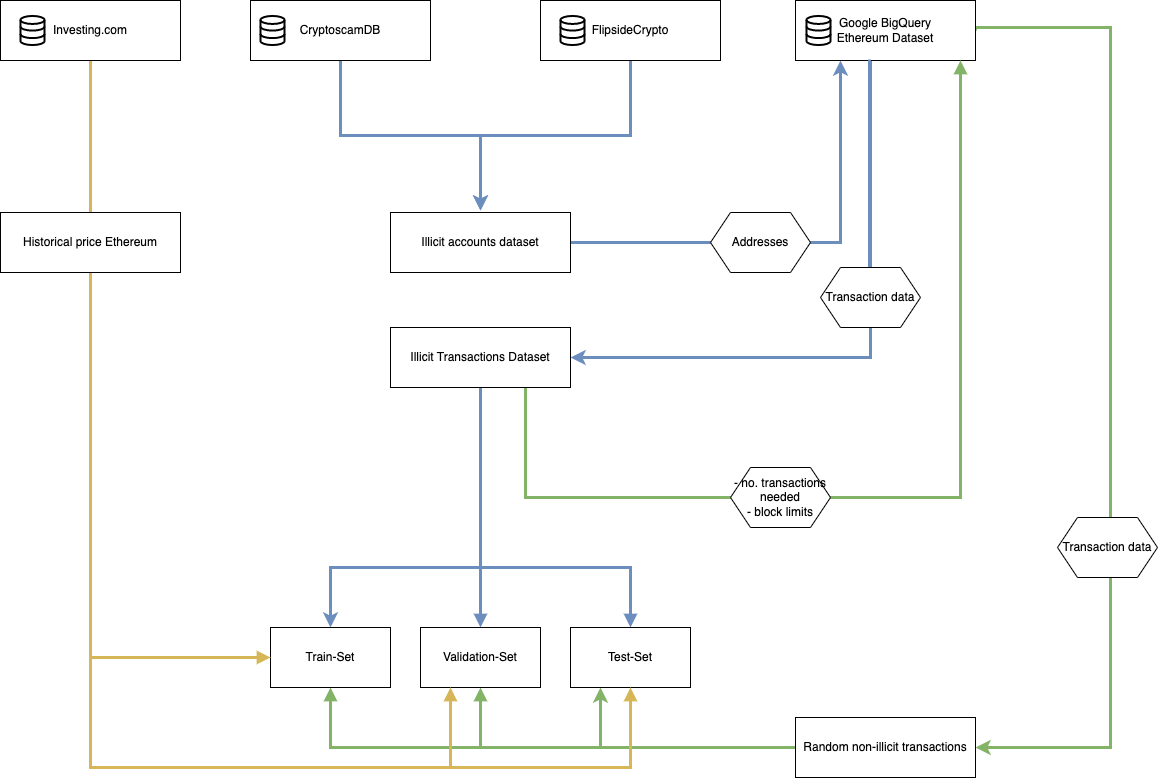
erreep/ethereumillicitdetection keeps this draw.io diagram as Untitled Diagram.drawio.png. Above is the earlier version. Source tidied: cells renumbered, new cells last; positions are measured from the earlier drawing's top-left corner, leaving out a move shared by most shapes.
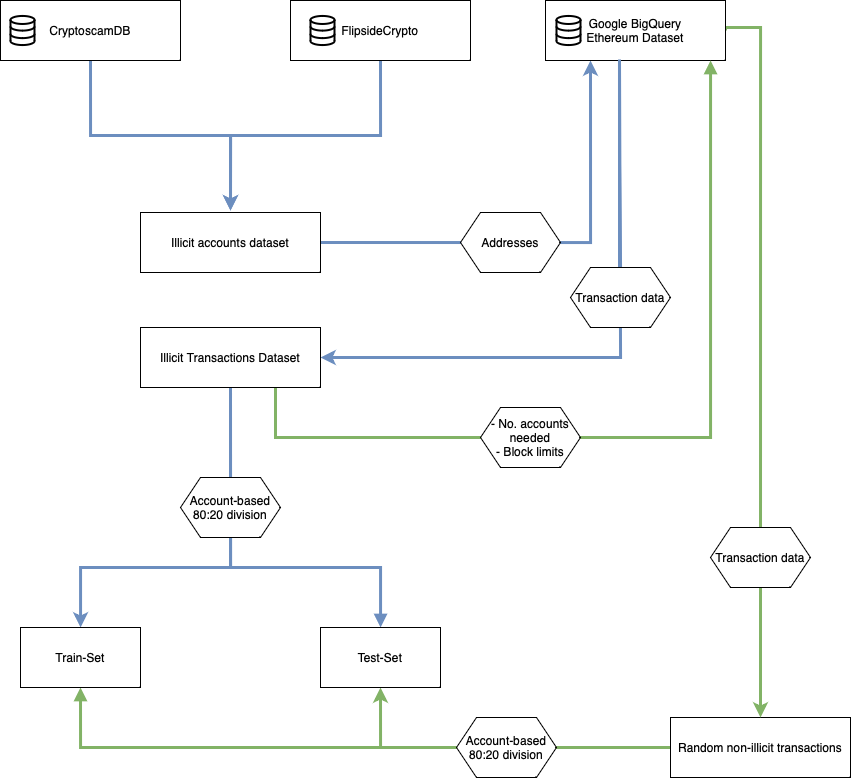
The same file after the commit.

What changed in the source:
```diff
@@ -41,17 +41,14 @@
     <mxCell id="9" value="Illicit accounts dataset" style="rounded=0;whiteSpace=wrap;html=1;" parent="1" vertex="1">
       <mxGeometry x="390" y="212" width="180" height="60" as="geometry" />
     </mxCell>
-    <mxCell id="10" style="edgeStyle=orthogonalEdgeStyle;rounded=0;jettySize=auto;html=1;strokeWidth=3;endArrow=block;endFill=1;fillColor=#d5e8d4;strokeColor=#82b366;" parent="1" edge="1" source="13" target="30">
-      <mxGeometry relative="1" as="geometry" />
-    </mxCell>
     <mxCell id="11" style="edgeStyle=orthogonalEdgeStyle;rounded=0;jettySize=auto;html=1;exitX=0;exitY=0.5;exitDx=0;exitDy=0;entryX=0.5;entryY=1;entryDx=0;entryDy=0;strokeWidth=3;endArrow=block;endFill=1;fillColor=#d5e8d4;strokeColor=#82b366;" parent="1" edge="1" source="13" target="28">
       <mxGeometry relative="1" as="geometry" />
     </mxCell>
-    <mxCell id="12" style="edgeStyle=orthogonalEdgeStyle;rounded=0;jettySize=auto;html=1;entryX=0.25;entryY=1;entryDx=0;entryDy=0;fillColor=#d5e8d4;strokeColor=#82b366;strokeWidth=3;" parent="1" edge="1" source="13" target="29">
+    <mxCell id="12" style="edgeStyle=orthogonalEdgeStyle;rounded=0;jettySize=auto;html=1;entryX=0.5;entryY=1;entryDx=0;entryDy=0;fillColor=#d5e8d4;strokeColor=#82b366;strokeWidth=3;" parent="1" edge="1" source="13" target="29">
       <mxGeometry relative="1" as="geometry" />
     </mxCell>
     <mxCell id="13" value="Random non-illicit transactions" style="rounded=0;whiteSpace=wrap;html=1;" parent="1" vertex="1">
-      <mxGeometry x="795" y="717" width="180" height="60" as="geometry" />
+      <mxGeometry x="920" y="717" width="180" height="60" as="geometry" />
     </mxCell>
     <mxCell id="14" style="html=1;verticalLabelPosition=bottom;align=center;labelBackgroundColor=#ffffff;verticalAlign=top;strokeWidth=2;strokeColor=#000000;shadow=0;dashed=0;shape=mxgraph.ios7.icons.data;" parent="1" vertex="1">
       <mxGeometry x="260" y="15.4" width="24" height="29.1" as="geometry" />
@@ -68,12 +65,11 @@
         </Array>
       </mxGeometry>
     </mxCell>
-    <mxCell id="17" style="edgeStyle=orthogonalEdgeStyle;rounded=0;jettySize=auto;html=1;exitX=1;exitY=0.5;exitDx=0;exitDy=0;entryX=1;entryY=0.5;entryDx=0;entryDy=0;strokeWidth=3;fillColor=#d5e8d4;strokeColor=#82b366;" parent="1" edge="1" source="18" target="13">
+    <mxCell id="17" style="edgeStyle=orthogonalEdgeStyle;rounded=0;jettySize=auto;html=1;exitX=1;exitY=0.5;exitDx=0;exitDy=0;entryX=0.5;entryY=0;entryDx=0;entryDy=0;strokeWidth=3;fillColor=#d5e8d4;strokeColor=#82b366;" parent="1" edge="1" source="18" target="13">
       <mxGeometry x="-0.23" y="180" relative="1" as="geometry">
         <Array as="points">
           <mxPoint x="975" y="27" />
-          <mxPoint x="1110" y="27" />
-          <mxPoint x="1110" y="747" />
+          <mxPoint x="1010" y="27" />
         </Array>
       </mxGeometry>
     </mxCell>
@@ -86,14 +82,11 @@
     <mxCell id="20" style="edgeStyle=orthogonalEdgeStyle;rounded=0;jettySize=auto;html=1;exitX=0.75;exitY=1;exitDx=0;exitDy=0;strokeWidth=3;endArrow=block;endFill=1;fillColor=#d5e8d4;strokeColor=#82b366;" parent="1" edge="1" source="23" target="18">
       <mxGeometry relative="1" as="geometry">
         <Array as="points">
-          <mxPoint x="525" y="497" />
-          <mxPoint x="960" y="497" />
+          <mxPoint x="525" y="437" />
+          <mxPoint x="960" y="437" />
         </Array>
       </mxGeometry>
     </mxCell>
-    <mxCell id="21" style="edgeStyle=orthogonalEdgeStyle;rounded=0;jettySize=auto;html=1;exitX=0.5;exitY=1;exitDx=0;exitDy=0;strokeWidth=3;endArrow=block;endFill=1;fillColor=#dae8fc;strokeColor=#6c8ebf;" parent="1" edge="1" source="23" target="30">
-      <mxGeometry relative="1" as="geometry" />
-    </mxCell>
     <mxCell id="22" style="edgeStyle=orthogonalEdgeStyle;rounded=0;jettySize=auto;html=1;exitX=0.5;exitY=1;exitDx=0;exitDy=0;strokeWidth=3;endArrow=block;endFill=1;fillColor=#dae8fc;strokeColor=#6c8ebf;" parent="1" edge="1" source="23" target="29">
       <mxGeometry relative="1" as="geometry">
         <Array as="points">
@@ -105,14 +98,14 @@
     <mxCell id="23" value="Illicit Transactions Dataset" style="rounded=0;whiteSpace=wrap;html=1;strokeColor=#000000;" parent="1" vertex="1">
       <mxGeometry x="390" y="327" width="180" height="60" as="geometry" />
     </mxCell>
-    <mxCell id="24" value="- no. transactions needed&lt;br&gt;- block limits" style="shape=hexagon;perimeter=hexagonPerimeter2;whiteSpace=wrap;html=1;fixedSize=1;strokeColor=#000000;" parent="1" vertex="1">
-      <mxGeometry x="730" y="467" width="100" height="60" as="geometry" />
+    <mxCell id="24" value="- No. accounts needed&lt;br&gt;- Block limits" style="shape=hexagon;perimeter=hexagonPerimeter2;whiteSpace=wrap;html=1;fixedSize=1;strokeColor=#000000;" parent="1" vertex="1">
+      <mxGeometry x="730" y="407" width="100" height="60" as="geometry" />
     </mxCell>
     <mxCell id="25" value="Addresses" style="shape=hexagon;perimeter=hexagonPerimeter2;whiteSpace=wrap;html=1;fixedSize=1;strokeColor=#000000;" parent="1" vertex="1">
       <mxGeometry x="710" y="212" width="100" height="60" as="geometry" />
     </mxCell>
     <mxCell id="26" value="Transaction data" style="shape=hexagon;perimeter=hexagonPerimeter2;whiteSpace=wrap;html=1;fixedSize=1;strokeColor=#000000;" parent="1" vertex="1">
-      <mxGeometry x="1057" y="517" width="100" height="60" as="geometry" />
+      <mxGeometry x="960" y="527" width="100" height="60" as="geometry" />
     </mxCell>
     <mxCell id="27" style="group;" parent="1" vertex="1">
       <mxGeometry x="270" y="627" width="420" height="60" as="geometry" />
@@ -123,42 +116,17 @@
     <mxCell id="29" value="Test-Set" style="rounded=0;whiteSpace=wrap;html=1;" parent="27" vertex="1">
       <mxGeometry x="300" width="120" height="60" as="geometry" />
     </mxCell>
-    <mxCell id="30" value="Validation-Set" style="rounded=0;whiteSpace=wrap;html=1;" parent="27" vertex="1">
-      <mxGeometry x="150" width="120" height="60" as="geometry" />
-    </mxCell>
     <mxCell id="31" style="edgeStyle=orthogonalEdgeStyle;rounded=0;jettySize=auto;html=1;fillColor=#dae8fc;strokeColor=#6c8ebf;strokeWidth=3;exitX=0.411;exitY=0.983;exitDx=0;exitDy=0;exitPerimeter=0;endArrow=none;" parent="1" edge="1" source="18" target="32">
       <mxGeometry relative="1" as="geometry" />
     </mxCell>
     <mxCell id="32" value="Transaction data" style="shape=hexagon;perimeter=hexagonPerimeter2;whiteSpace=wrap;html=1;fixedSize=1;strokeColor=#000000;" parent="1" vertex="1">
       <mxGeometry x="820" y="267" width="100" height="60" as="geometry" />
     </mxCell>
-    <mxCell id="33" style="edgeStyle=orthogonalEdgeStyle;rounded=0;jettySize=auto;html=1;exitX=0.5;exitY=1;exitDx=0;exitDy=0;entryX=0;entryY=0.5;entryDx=0;entryDy=0;strokeWidth=3;endArrow=block;endFill=1;fillColor=#fff2cc;strokeColor=#d6b656;" parent="1" edge="1" source="36" target="28">
-      <mxGeometry relative="1" as="geometry" />
-    </mxCell>
-    <mxCell id="34" style="edgeStyle=orthogonalEdgeStyle;rounded=0;jettySize=auto;html=1;exitX=0.5;exitY=1;exitDx=0;exitDy=0;entryX=0.25;entryY=1;entryDx=0;entryDy=0;strokeWidth=3;endArrow=block;endFill=1;fillColor=#fff2cc;strokeColor=#d6b656;" parent="1" edge="1" source="36" target="30">
-      <mxGeometry relative="1" as="geometry">
-        <Array as="points">
-          <mxPoint x="90" y="767" />
-          <mxPoint x="450" y="767" />
-        </Array>
-      </mxGeometry>
-    </mxCell>
-    <mxCell id="35" style="edgeStyle=orthogonalEdgeStyle;rounded=0;jettySize=auto;html=1;exitX=0.5;exitY=1;exitDx=0;exitDy=0;entryX=0.5;entryY=1;entryDx=0;entryDy=0;strokeWidth=3;endArrow=block;endFill=1;fillColor=#fff2cc;strokeColor=#d6b656;" parent="1" edge="1" source="36" target="29">
-      <mxGeometry relative="1" as="geometry">
-        <Array as="points">
-          <mxPoint x="90" y="767" />
-          <mxPoint x="630" y="767" />
-        </Array>
-      </mxGeometry>
-    </mxCell>
-    <mxCell id="36" value="Investing.com" style="rounded=0;whiteSpace=wrap;html=1;" parent="1" vertex="1">
-      <mxGeometry width="180" height="60" as="geometry" />
-    </mxCell>
-    <mxCell id="37" value="Historical price Ethereum" style="rounded=0;whiteSpace=wrap;html=1;" parent="1" vertex="1">
-      <mxGeometry y="212" width="180" height="60" as="geometry" />
-    </mxCell>
-    <mxCell id="38" style="html=1;verticalLabelPosition=bottom;align=center;labelBackgroundColor=#ffffff;verticalAlign=top;strokeWidth=2;strokeColor=#000000;shadow=0;dashed=0;shape=mxgraph.ios7.icons.data;" parent="1" vertex="1">
-      <mxGeometry x="20" y="15.4" width="24" height="29.1" as="geometry" />
-    </mxCell>
+    <mxCell id="39" value="Account-based 80:20 division" style="shape=hexagon;perimeter=hexagonPerimeter2;whiteSpace=wrap;html=1;fixedSize=1;strokeColor=#000000;" parent="1" vertex="1">
+      <mxGeometry x="430" y="477" width="100" height="60" as="geometry" />
+    </mxCell>
+    <mxCell id="40" value="Account-based 80:20 division" style="shape=hexagon;perimeter=hexagonPerimeter2;whiteSpace=wrap;html=1;fixedSize=1;strokeColor=#000000;" parent="1" vertex="1">
+      <mxGeometry x="706" y="717" width="100" height="60" as="geometry" />
+    </mxCell>
   </root>
 </mxGraphModel>
```
